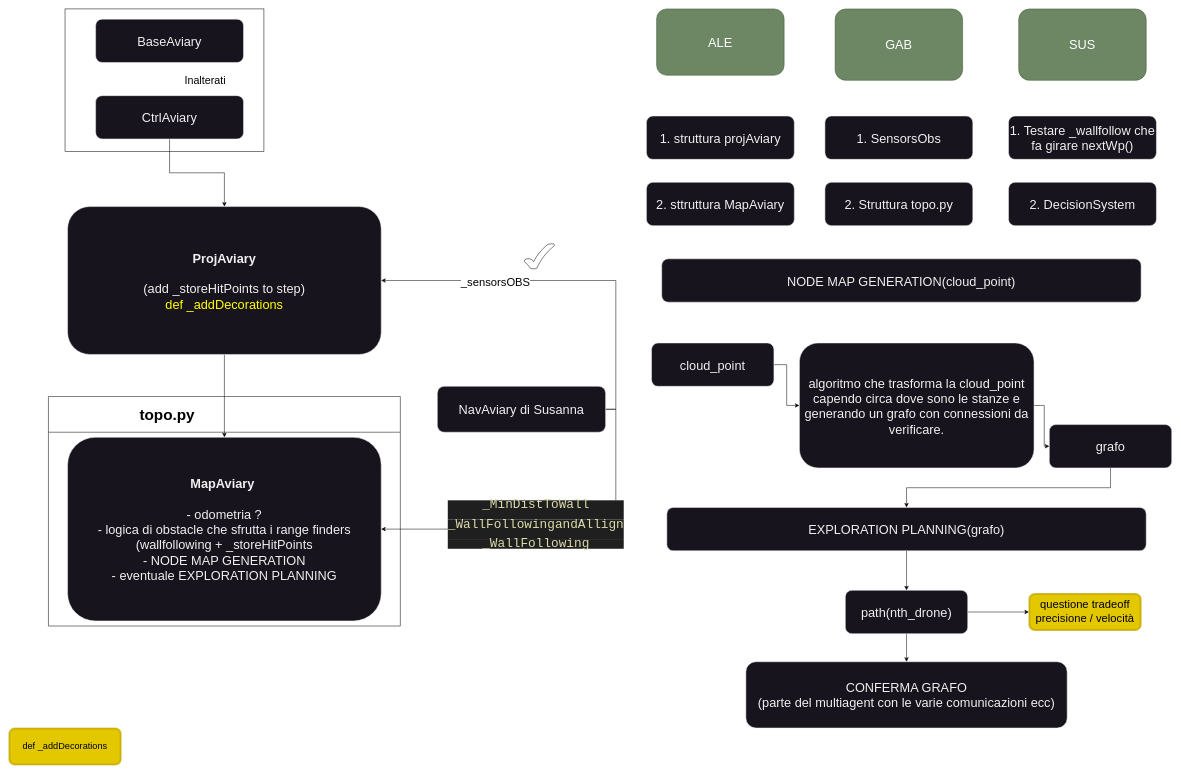
alevic27/Topological-Mapping-With-Minimal-Swarms keeps this draw.io diagram as page "TASK" (1 of 7) of flow.drawio. Above is the earlier version. Source tidied: cells renumbered, new cells numbered last; positions are measured from the earlier drawing's top-left corner, leaving out a move shared by most shapes. Both pictures are drawn from the tidied source at 51%, with x=0, y=0 at pixel (9, 9).
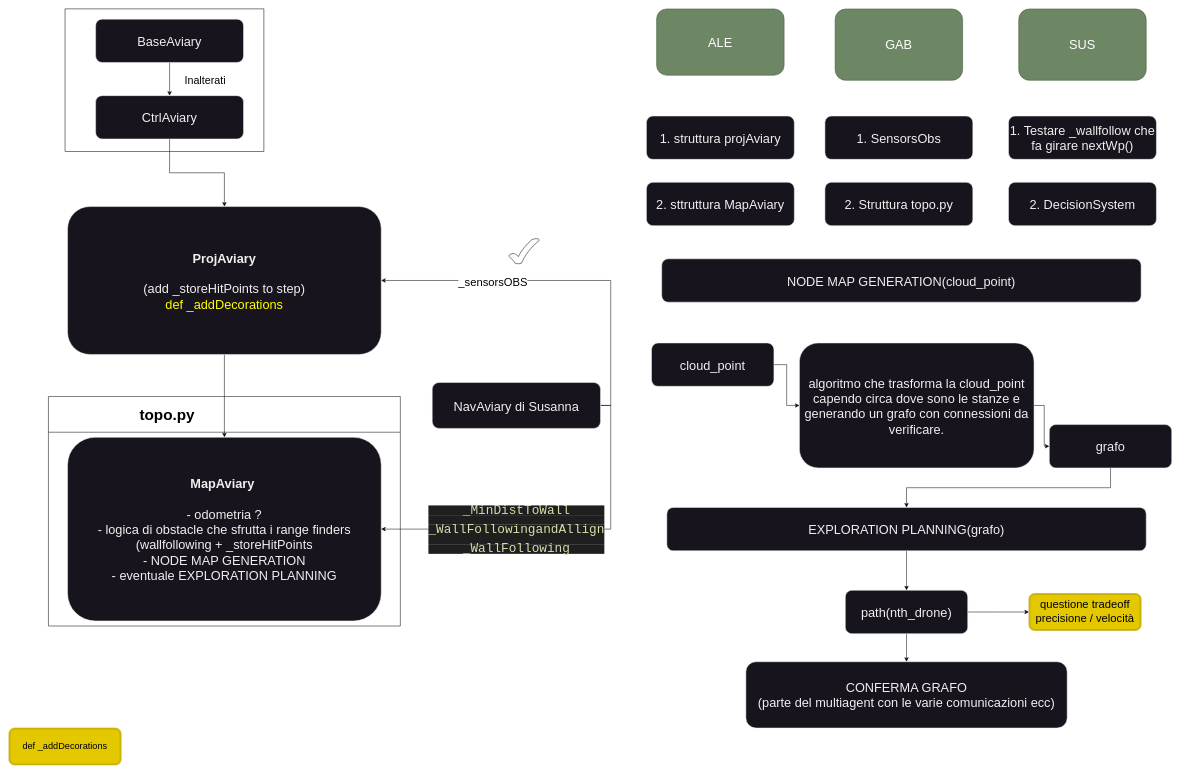
After the change.

Unchanged cells that the change refers to:
```xml
<mxCell id="17" value="BaseAviary" style="rounded=1;whiteSpace=wrap;html=1;strokeColor=rgb(240, 240, 240);fontFamily=Helvetica;fontSize=25;fontColor=rgb(240, 240, 240);fillColor=rgb(24, 20, 29);" parent="1" vertex="1">
  <mxGeometry x="170" y="20" width="290" height="85" as="geometry" />
</mxCell>
<mxCell id="19" value="CtrlAviary" style="rounded=1;whiteSpace=wrap;html=1;strokeColor=rgb(240, 240, 240);fontFamily=Helvetica;fontSize=25;fontColor=rgb(240, 240, 240);fillColor=rgb(24, 20, 29);" parent="1" vertex="1">
  <mxGeometry x="170" y="170" width="290" height="85" as="geometry" />
</mxCell>
<mxCell id="23" style="edgeStyle=orthogonalEdgeStyle;rounded=0;jettySize=auto;html=1;entryX=1;entryY=0.5;entryDx=0;entryDy=0;exitX=1;exitY=0.5;exitDx=0;exitDy=0;" parent="1" edge="1" source="27" target="22">
  <mxGeometry relative="1" as="geometry" />
</mxCell>
```

Diff of the diagram source:
```diff
@@
+    <mxCell id="40" style="edgeStyle=orthogonalEdgeStyle;rounded=0;jettySize=auto;html=1;" parent="1" edge="1" source="17" target="19">
+      <mxGeometry relative="1" as="geometry" />
+    </mxCell>
@@
     <mxCell id="24" value="&lt;div style=&quot;color: rgb(204, 204, 204); background-color: rgb(31, 31, 31); font-family: Consolas, &amp;quot;Courier New&amp;quot;, monospace; line-height: 19px; white-space-collapse: preserve; font-size: 25px;&quot;&gt;&lt;span style=&quot;color: rgb(220, 220, 170);&quot;&gt;&lt;font style=&quot;font-size: 25px;&quot;&gt;_MinDistToWall&lt;/font&gt;&lt;/span&gt;&lt;/div&gt;&lt;div style=&quot;color: rgb(204, 204, 204); background-color: rgb(31, 31, 31); font-family: Consolas, &amp;quot;Courier New&amp;quot;, monospace; line-height: 19px; white-space-collapse: preserve; font-size: 25px;&quot;&gt;&lt;span style=&quot;color: rgb(220, 220, 170);&quot;&gt;&lt;font style=&quot;font-size: 25px;&quot;&gt;&lt;br&gt;&lt;/font&gt;&lt;/span&gt;&lt;/div&gt;&lt;div style=&quot;color: rgb(204, 204, 204); background-color: rgb(31, 31, 31); font-family: Consolas, &amp;quot;Courier New&amp;quot;, monospace; line-height: 19px; white-space-collapse: preserve; font-size: 25px;&quot;&gt;&lt;div style=&quot;line-height: 19px;&quot;&gt;&lt;span style=&quot;color: #dcdcaa;&quot;&gt;&lt;font style=&quot;font-size: 25px;&quot;&gt;_WallFollowingandAllign&lt;/font&gt;&lt;/span&gt;&lt;/div&gt;&lt;div style=&quot;line-height: 19px;&quot;&gt;&lt;span style=&quot;color: #dcdcaa;&quot;&gt;&lt;font style=&quot;font-size: 25px;&quot;&gt;&lt;br&gt;&lt;/font&gt;&lt;/span&gt;&lt;/div&gt;&lt;/div&gt;&lt;div style=&quot;color: rgb(204, 204, 204); background-color: rgb(31, 31, 31); font-family: Consolas, &amp;quot;Courier New&amp;quot;, monospace; line-height: 19px; white-space-collapse: preserve; font-size: 25px;&quot;&gt;&lt;div style=&quot;line-height: 19px;&quot;&gt;&lt;span style=&quot;color: rgb(220, 220, 170);&quot;&gt;&lt;font style=&quot;font-size: 25px;&quot;&gt;_WallFollowing&lt;/font&gt;&lt;/span&gt;&lt;/div&gt;&lt;/div&gt;" style="edgeLabel;html=1;align=center;verticalAlign=middle;" parent="23" vertex="1">
       <mxGeometry x="0.43" y="-6" relative="1" as="geometry">
-        <mxPoint x="98" y="-4" as="offset" />
+        <mxPoint x="61" y="6" as="offset" />
       </mxGeometry>
     </mxCell>
@@
     <mxCell id="27" value="NavAviary di Susanna" style="rounded=1;whiteSpace=wrap;html=1;strokeColor=rgb(240, 240, 240);fontFamily=Helvetica;fontSize=25;fontColor=rgb(240, 240, 240);fillColor=rgb(24, 20, 29);" parent="1" vertex="1">
-      <mxGeometry x="840" y="740" width="330" height="90" as="geometry" />
+      <mxGeometry x="830" y="732.5" width="330" height="90" as="geometry" />
     </mxCell>
@@
     <mxCell id="39" style="verticalLabelPosition=bottom;verticalAlign=top;html=1;shape=mxgraph.basic.tick;" parent="1" vertex="1">
-      <mxGeometry x="1010" y="460" width="60" height="50" as="geometry" />
+      <mxGeometry x="980" y="450" width="60" height="50" as="geometry" />
     </mxCell>
```
